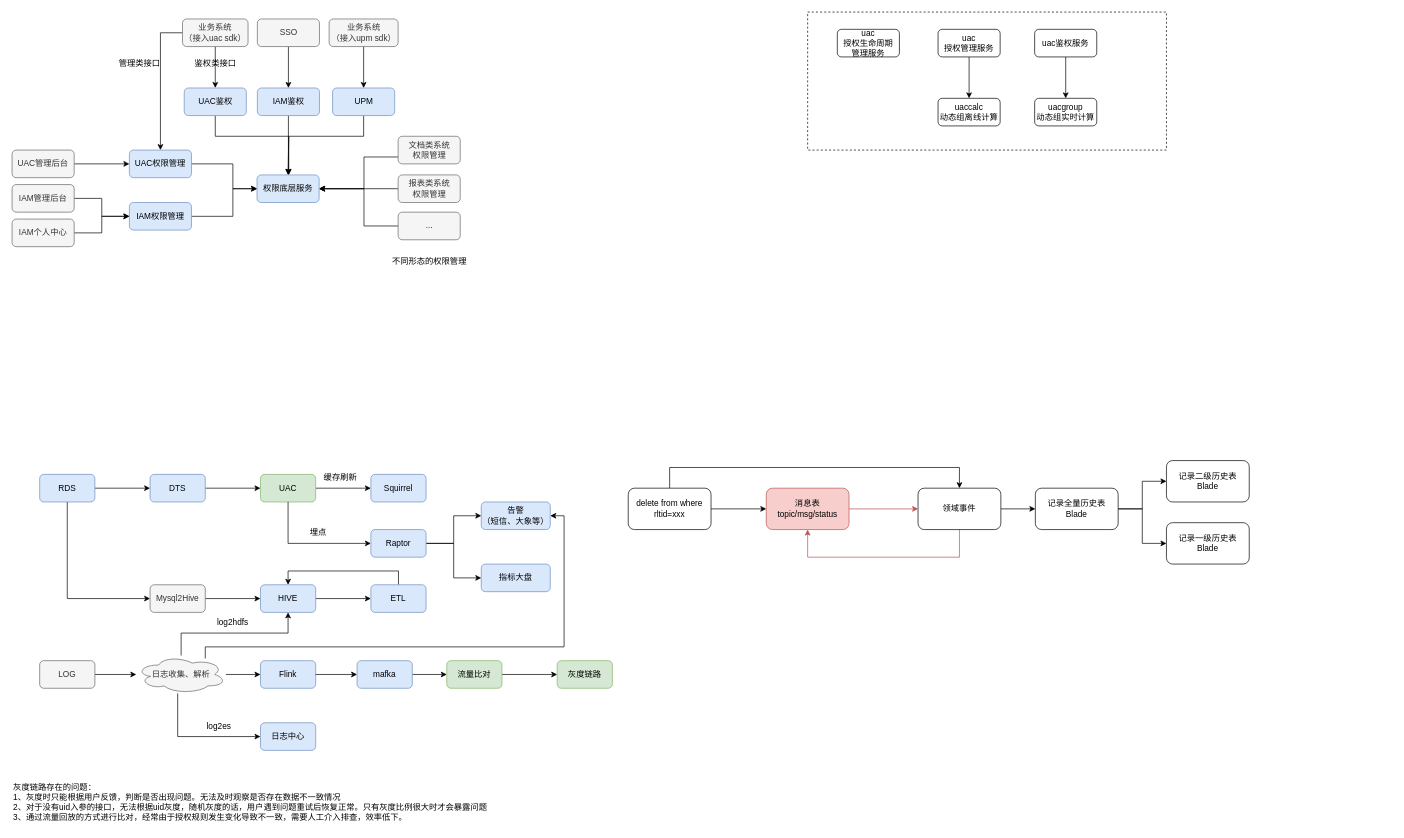
Before: 架构.drawio in yamilinqh/spicedb, a draw.io diagram. Source tidied: cells renumbered, new cells numbered last; positions are measured from the earlier drawing's top-left corner, leaving out a move shared by most shapes. Both pictures are drawn from the tidied source at 69%, with x=0, y=0 at pixel (12, 12).
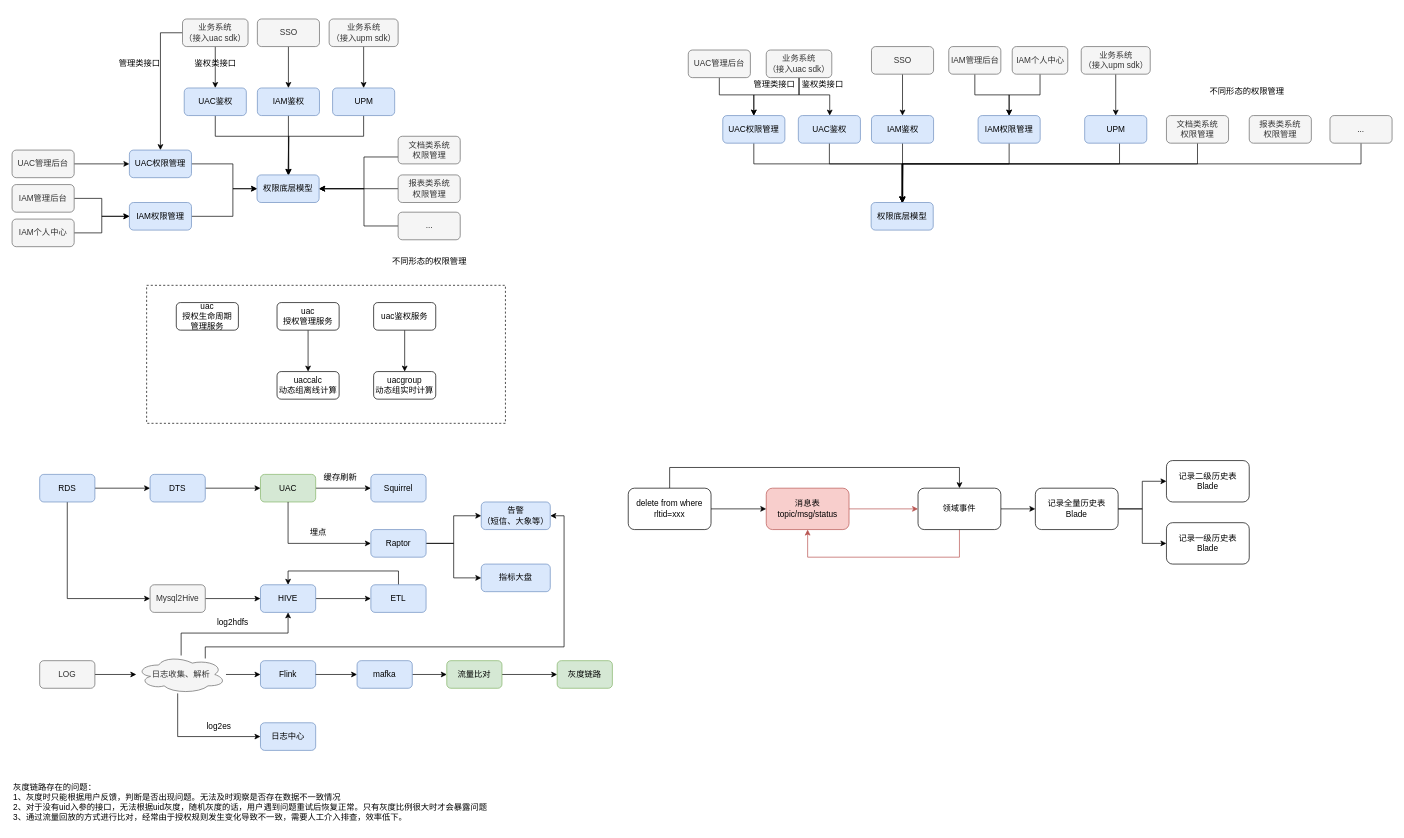
The same diagram, later.

The edit, as a diff of the source:
```diff
@@
     <mxCell id="2" style="rounded=0;whiteSpace=wrap;html=1;dashed=1;" parent="1" vertex="1">
-      <mxGeometry x="1153" width="520" height="200" as="geometry" />
+      <mxGeometry x="195" y="396" width="520" height="200" as="geometry" />
     </mxCell>
@@
-    <mxCell id="43" value="权限底层服务" style="rounded=1;whiteSpace=wrap;html=1;fillColor=#dae8fc;strokeColor=#6c8ebf;" parent="1" vertex="1">
+    <mxCell id="43" value="权限底层模型" style="rounded=1;whiteSpace=wrap;html=1;fillColor=#dae8fc;strokeColor=#6c8ebf;" parent="1" vertex="1">
       <mxGeometry x="355" y="236" width="90" height="40" as="geometry" />
     </mxCell>
@@
     <mxCell id="56" value="uaccalc&lt;br&gt;动态组离线计算" style="rounded=1;whiteSpace=wrap;html=1;" parent="1" vertex="1">
-      <mxGeometry x="1342" y="125" width="90" height="40" as="geometry" />
+      <mxGeometry x="384" y="521" width="90" height="40" as="geometry" />
     </mxCell>
     <mxCell id="57" value="uacgroup&lt;br&gt;动态组实时计算" style="rounded=1;whiteSpace=wrap;html=1;" parent="1" vertex="1">
-      <mxGeometry x="1482" y="125" width="90" height="40" as="geometry" />
+      <mxGeometry x="524" y="521" width="90" height="40" as="geometry" />
     </mxCell>
@@
     <mxCell id="59" value="uac&lt;br&gt;授权管理服务" style="rounded=1;whiteSpace=wrap;html=1;" parent="1" vertex="1">
-      <mxGeometry x="1342" y="25" width="90" height="40" as="geometry" />
+      <mxGeometry x="384" y="421" width="90" height="40" as="geometry" />
     </mxCell>
@@
     <mxCell id="61" value="uac鉴权服务" style="rounded=1;whiteSpace=wrap;html=1;" parent="1" vertex="1">
-      <mxGeometry x="1482" y="25" width="90" height="40" as="geometry" />
+      <mxGeometry x="524" y="421" width="90" height="40" as="geometry" />
     </mxCell>
     <mxCell id="62" value="uac&lt;br&gt;授权生命周期&lt;br&gt;管理服务" style="rounded=1;whiteSpace=wrap;html=1;" parent="1" vertex="1">
-      <mxGeometry x="1196" y="25" width="90" height="40" as="geometry" />
+      <mxGeometry x="238" y="421" width="90" height="40" as="geometry" />
     </mxCell>
@@
+    <mxCell id="96" value="权限底层模型" style="rounded=1;whiteSpace=wrap;html=1;fillColor=#dae8fc;strokeColor=#6c8ebf;" parent="1" vertex="1">
+      <mxGeometry x="1245" y="276" width="90" height="40" as="geometry" />
+    </mxCell>
+    <mxCell id="97" style="edgeStyle=orthogonalEdgeStyle;rounded=0;jettySize=auto;html=1;" parent="1" edge="1" source="98" target="96">
+      <mxGeometry relative="1" as="geometry">
+        <Array as="points">
+          <mxPoint x="1605" y="220" />
+          <mxPoint x="1291" y="220" />
+        </Array>
+      </mxGeometry>
+    </mxCell>
+    <mxCell id="98" value="UPM" style="rounded=1;whiteSpace=wrap;html=1;fillColor=#dae8fc;strokeColor=#6c8ebf;" parent="1" vertex="1">
+      <mxGeometry x="1554.5" y="150" width="90" height="40" as="geometry" />
+    </mxCell>
+    <mxCell id="99" style="edgeStyle=orthogonalEdgeStyle;rounded=0;jettySize=auto;html=1;" parent="1" edge="1" source="100" target="96">
+      <mxGeometry relative="1" as="geometry">
+        <Array as="points">
+          <mxPoint x="1290" y="220" />
+          <mxPoint x="1291" y="220" />
+        </Array>
+      </mxGeometry>
+    </mxCell>
+    <mxCell id="100" value="IAM鉴权" style="rounded=1;whiteSpace=wrap;html=1;fillColor=#dae8fc;strokeColor=#6c8ebf;" parent="1" vertex="1">
+      <mxGeometry x="1245.5" y="150" width="90" height="40" as="geometry" />
+    </mxCell>
+    <mxCell id="101" style="edgeStyle=orthogonalEdgeStyle;rounded=0;jettySize=auto;html=1;" parent="1" edge="1" source="102" target="100">
+      <mxGeometry relative="1" as="geometry" />
+    </mxCell>
+    <mxCell id="102" value="SSO" style="rounded=1;whiteSpace=wrap;html=1;fillColor=#f5f5f5;fontColor=#333333;strokeColor=#666666;" parent="1" vertex="1">
+      <mxGeometry x="1245.5" y="50" width="90" height="40" as="geometry" />
+    </mxCell>
+    <mxCell id="103" style="edgeStyle=orthogonalEdgeStyle;rounded=0;jettySize=auto;html=1;" parent="1" edge="1" source="104" target="96">
+      <mxGeometry relative="1" as="geometry">
+        <Array as="points">
+          <mxPoint x="1445" y="220" />
+          <mxPoint x="1290" y="220" />
+        </Array>
+      </mxGeometry>
+    </mxCell>
+    <mxCell id="104" value="IAM权限管理" style="rounded=1;whiteSpace=wrap;html=1;fillColor=#dae8fc;strokeColor=#6c8ebf;" parent="1" vertex="1">
+      <mxGeometry x="1400" y="150" width="90" height="40" as="geometry" />
+    </mxCell>
+    <mxCell id="105" style="edgeStyle=orthogonalEdgeStyle;rounded=0;jettySize=auto;html=1;" parent="1" edge="1" source="106" target="104">
+      <mxGeometry relative="1" as="geometry" />
+    </mxCell>
+    <mxCell id="106" value="IAM管理后台" style="rounded=1;whiteSpace=wrap;html=1;fillColor=#f5f5f5;strokeColor=#666666;fontColor=#333333;" parent="1" vertex="1">
+      <mxGeometry x="1357.5" y="50" width="75.5" height="40" as="geometry" />
+    </mxCell>
+    <mxCell id="107" style="edgeStyle=orthogonalEdgeStyle;rounded=0;jettySize=auto;html=1;" parent="1" edge="1" source="108" target="104">
+      <mxGeometry relative="1" as="geometry" />
+    </mxCell>
+    <mxCell id="108" value="IAM个人中心" style="rounded=1;whiteSpace=wrap;html=1;fillColor=#f5f5f5;strokeColor=#666666;fontColor=#333333;" parent="1" vertex="1">
+      <mxGeometry x="1449.5" y="50" width="80.5" height="40" as="geometry" />
+    </mxCell>
+    <mxCell id="109" style="edgeStyle=orthogonalEdgeStyle;rounded=0;jettySize=auto;html=1;" parent="1" edge="1" source="110" target="98">
+      <mxGeometry relative="1" as="geometry" />
+    </mxCell>
+    <mxCell id="110" value="业务系统&lt;br&gt;（接入upm sdk）" style="rounded=1;whiteSpace=wrap;html=1;fillColor=#f5f5f5;fontColor=#333333;strokeColor=#666666;" parent="1" vertex="1">
+      <mxGeometry x="1549.5" y="50" width="100" height="40" as="geometry" />
+    </mxCell>
+    <mxCell id="111" style="edgeStyle=orthogonalEdgeStyle;rounded=0;jettySize=auto;html=1;" parent="1" edge="1" source="113" target="117">
+      <mxGeometry relative="1" as="geometry">
+        <Array as="points">
+          <mxPoint x="1141" y="120" />
+          <mxPoint x="1185" y="120" />
+        </Array>
+      </mxGeometry>
+    </mxCell>
+    <mxCell id="112" style="edgeStyle=orthogonalEdgeStyle;rounded=0;jettySize=auto;html=1;" parent="1" edge="1" source="113" target="119">
+      <mxGeometry relative="1" as="geometry">
+        <Array as="points">
+          <mxPoint x="1141" y="120" />
+          <mxPoint x="1075" y="120" />
+        </Array>
+      </mxGeometry>
+    </mxCell>
+    <mxCell id="113" value="业务系统&lt;br&gt;（接入uac sdk）" style="rounded=1;whiteSpace=wrap;html=1;fillColor=#f5f5f5;fontColor=#333333;strokeColor=#666666;direction=south;" parent="1" vertex="1">
+      <mxGeometry x="1093" y="55" width="95" height="40" as="geometry" />
+    </mxCell>
+    <mxCell id="114" style="edgeStyle=orthogonalEdgeStyle;rounded=0;jettySize=auto;html=1;" parent="1" edge="1" source="115" target="119">
+      <mxGeometry relative="1" as="geometry">
+        <Array as="points">
+          <mxPoint x="1025" y="120" />
+          <mxPoint x="1075" y="120" />
+        </Array>
+      </mxGeometry>
+    </mxCell>
+    <mxCell id="115" value="UAC管理后台" style="rounded=1;whiteSpace=wrap;html=1;fillColor=#f5f5f5;strokeColor=#666666;fontColor=#333333;" parent="1" vertex="1">
+      <mxGeometry x="980" y="55" width="90" height="40" as="geometry" />
+    </mxCell>
+    <mxCell id="116" style="edgeStyle=orthogonalEdgeStyle;rounded=0;jettySize=auto;html=1;entryX=0.5;entryY=0;entryDx=0;entryDy=0;" parent="1" edge="1" source="117" target="96">
+      <mxGeometry relative="1" as="geometry">
+        <Array as="points">
+          <mxPoint x="1185" y="220" />
+          <mxPoint x="1291" y="220" />
+        </Array>
+      </mxGeometry>
+    </mxCell>
+    <mxCell id="117" value="UAC鉴权" style="rounded=1;whiteSpace=wrap;html=1;fillColor=#dae8fc;strokeColor=#6c8ebf;" parent="1" vertex="1">
+      <mxGeometry x="1139.5" y="150" width="90" height="40" as="geometry" />
+    </mxCell>
+    <mxCell id="118" style="edgeStyle=orthogonalEdgeStyle;rounded=0;jettySize=auto;html=1;" parent="1" edge="1" source="119" target="96">
+      <mxGeometry relative="1" as="geometry">
+        <Array as="points">
+          <mxPoint x="1075" y="220" />
+          <mxPoint x="1290" y="220" />
+        </Array>
+      </mxGeometry>
+    </mxCell>
+    <mxCell id="119" value="UAC权限管理" style="rounded=1;whiteSpace=wrap;html=1;fillColor=#dae8fc;strokeColor=#6c8ebf;" parent="1" vertex="1">
+      <mxGeometry x="1030" y="150" width="90" height="40" as="geometry" />
+    </mxCell>
+    <mxCell id="120" value="管理类接口" style="text;html=1;align=center;verticalAlign=middle;whiteSpace=wrap;rounded=0;" parent="1" vertex="1">
+      <mxGeometry x="1070" y="90" width="70" height="30" as="geometry" />
+    </mxCell>
+    <mxCell id="121" value="鉴权类接口" style="text;html=1;align=center;verticalAlign=middle;whiteSpace=wrap;rounded=0;" parent="1" vertex="1">
+      <mxGeometry x="1139.5" y="90" width="70" height="30" as="geometry" />
+    </mxCell>
+    <mxCell id="122" value="报表类系统&lt;br&gt;权限管理" style="rounded=1;whiteSpace=wrap;html=1;fillColor=#f5f5f5;strokeColor=#666666;fontColor=#333333;" parent="1" vertex="1">
+      <mxGeometry x="1793" y="150" width="90" height="40" as="geometry" />
+    </mxCell>
+    <mxCell id="123" style="edgeStyle=orthogonalEdgeStyle;rounded=0;jettySize=auto;html=1;" parent="1" edge="1" source="124" target="96">
+      <mxGeometry relative="1" as="geometry">
+        <Array as="points">
+          <mxPoint x="1718" y="220" />
+          <mxPoint x="1290" y="220" />
+        </Array>
+      </mxGeometry>
+    </mxCell>
+    <mxCell id="124" value="文档类系统&lt;br&gt;权限管理" style="rounded=1;whiteSpace=wrap;html=1;fillColor=#f5f5f5;strokeColor=#666666;fontColor=#333333;" parent="1" vertex="1">
+      <mxGeometry x="1673" y="150" width="90" height="40" as="geometry" />
+    </mxCell>
+    <mxCell id="125" style="edgeStyle=orthogonalEdgeStyle;rounded=0;jettySize=auto;html=1;" parent="1" edge="1" source="126" target="96">
+      <mxGeometry relative="1" as="geometry">
+        <Array as="points">
+          <mxPoint x="1955" y="220" />
+          <mxPoint x="1290" y="220" />
+        </Array>
+      </mxGeometry>
+    </mxCell>
+    <mxCell id="126" value="..." style="rounded=1;whiteSpace=wrap;html=1;fillColor=#f5f5f5;strokeColor=#666666;fontColor=#333333;" parent="1" vertex="1">
+      <mxGeometry x="1910" y="150" width="90" height="40" as="geometry" />
+    </mxCell>
+    <mxCell id="127" value="不同形态的权限管理" style="text;html=1;align=center;verticalAlign=middle;whiteSpace=wrap;rounded=0;" parent="1" vertex="1">
+      <mxGeometry x="1730" y="100" width="120" height="30" as="geometry" />
+    </mxCell>
```
